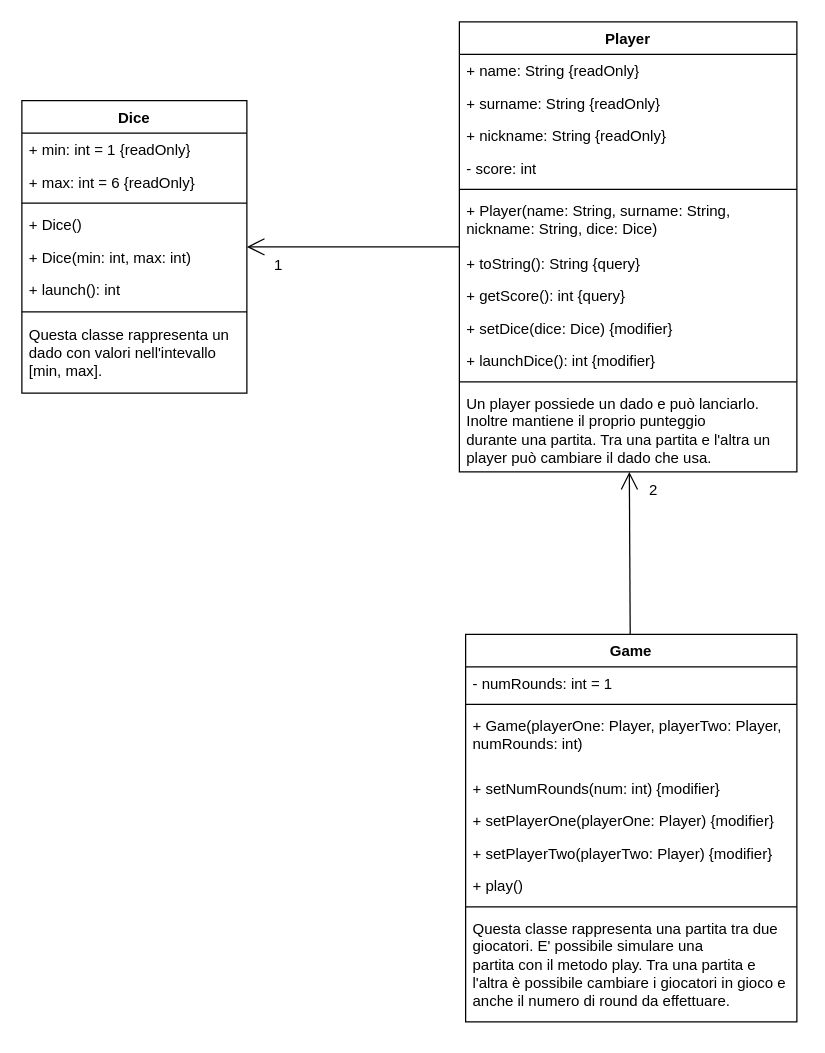
Above: diagrams/DiceGameDiagrams.drawio in doriath17/DiceGame (draw.io), before the change. Source tidied: cells renumbered, new cells numbered last; positions are measured from the earlier drawing's top-left corner, leaving out a move shared by most shapes. Both pictures are drawn from the tidied source at 125%, with x=0, y=0 at pixel (21, 21).
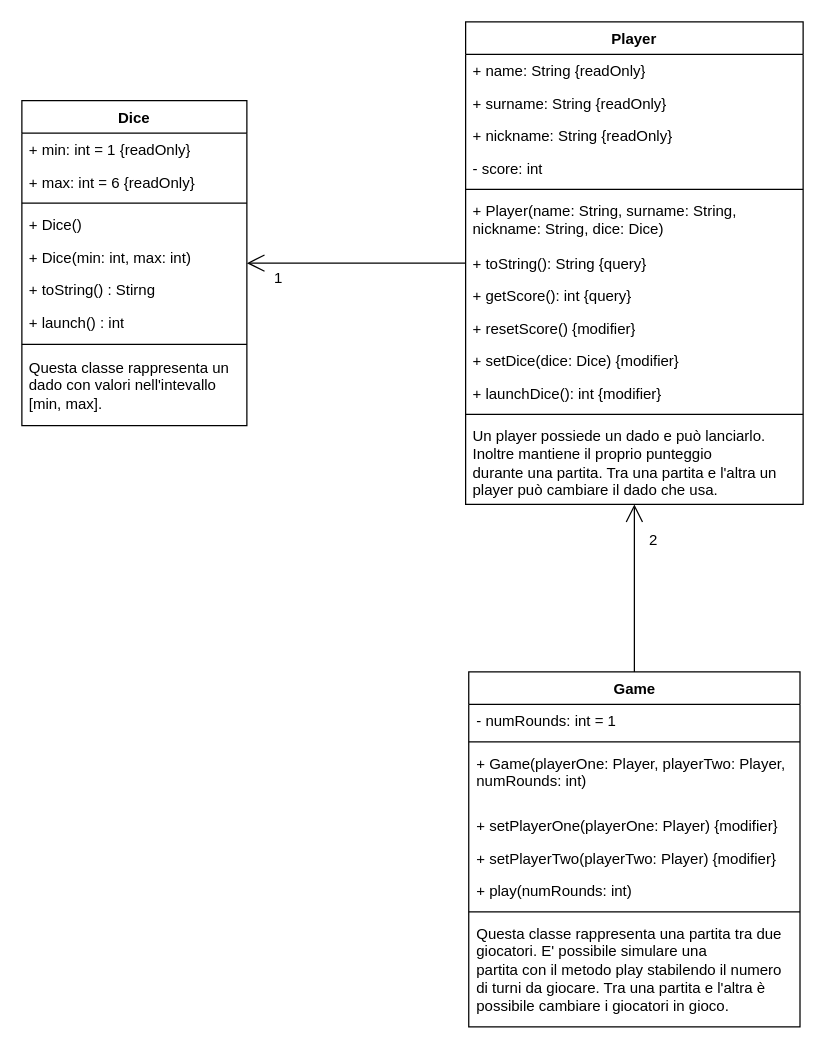
The same diagram, later.

What changed in the source:
```diff
@@
     <mxCell id="2" value="Dice" style="swimlane;fontStyle=1;align=center;verticalAlign=top;horizontal=1;startSize=26;whiteSpace=wrap;html=1;" parent="1" vertex="1">
-      <mxGeometry y="63" width="180" height="234" as="geometry" />
+      <mxGeometry y="63" width="180" height="260" as="geometry" />
     </mxCell>
@@
+    <mxCell id="38" value="+ toString() : Stirng" style="text;strokeColor=none;fillColor=none;align=left;verticalAlign=top;spacingLeft=4;spacingRight=4;overflow=hidden;whiteSpace=wrap;html=1;" parent="2" vertex="1">
+      <mxGeometry y="138" width="180" height="26" as="geometry" />
+    </mxCell>
-    <mxCell id="8" value="+ launch(): int" style="text;strokeColor=none;fillColor=none;align=left;verticalAlign=top;spacingLeft=4;spacingRight=4;overflow=hidden;whiteSpace=wrap;html=1;" parent="2" vertex="1">
-      <mxGeometry y="138" width="180" height="26" as="geometry" />
+    <mxCell id="8" value="+ launch() : int" style="text;strokeColor=none;fillColor=none;align=left;verticalAlign=top;spacingLeft=4;spacingRight=4;overflow=hidden;whiteSpace=wrap;html=1;" parent="2" vertex="1">
+      <mxGeometry y="164" width="180" height="26" as="geometry" />
     </mxCell>
     <mxCell id="9" style="line;strokeWidth=1;fillColor=none;align=left;verticalAlign=middle;spacingTop=-1;spacingLeft=3;spacingRight=3;labelPosition=right;strokeColor=inherit;" parent="2" vertex="1">
-      <mxGeometry y="164" width="180" height="10" as="geometry" />
+      <mxGeometry y="190" width="180" height="10" as="geometry" />
     </mxCell>
     <mxCell id="10" value="Questa classe rappresenta un dado con valori nell'intevallo&amp;nbsp;&lt;div&gt;[min, max].&amp;nbsp;&lt;/div&gt;" style="text;strokeColor=none;fillColor=none;align=left;verticalAlign=top;spacingLeft=4;spacingRight=4;overflow=hidden;whiteSpace=wrap;html=1;" parent="2" vertex="1">
-      <mxGeometry y="174" width="180" height="60" as="geometry" />
+      <mxGeometry y="200" width="180" height="60" as="geometry" />
     </mxCell>
     <mxCell id="11" value="Player" style="swimlane;fontStyle=1;align=center;verticalAlign=top;horizontal=1;startSize=26;whiteSpace=wrap;html=1;" parent="1" vertex="1">
-      <mxGeometry x="350" width="270" height="360" as="geometry" />
+      <mxGeometry x="355" width="270" height="386" as="geometry" />
     </mxCell>
@@
+    <mxCell id="39" value="+ resetScore() {modifier}" style="text;strokeColor=none;fillColor=none;align=left;verticalAlign=top;spacingLeft=4;spacingRight=4;overflow=hidden;whiteSpace=wrap;html=1;" parent="11" vertex="1">
+      <mxGeometry y="232" width="270" height="26" as="geometry" />
+    </mxCell>
     <mxCell id="20" value="+ setDice(dice: Dice) {modifier}" style="text;strokeColor=none;fillColor=none;align=left;verticalAlign=top;spacingLeft=4;spacingRight=4;overflow=hidden;whiteSpace=wrap;html=1;" parent="11" vertex="1">
-      <mxGeometry y="232" width="270" height="26" as="geometry" />
+      <mxGeometry y="258" width="270" height="26" as="geometry" />
     </mxCell>
     <mxCell id="21" value="+ launchDice(): int {modifier}" style="text;strokeColor=none;fillColor=none;align=left;verticalAlign=top;spacingLeft=4;spacingRight=4;overflow=hidden;whiteSpace=wrap;html=1;" parent="11" vertex="1">
-      <mxGeometry y="258" width="270" height="26" as="geometry" />
+      <mxGeometry y="284" width="270" height="26" as="geometry" />
     </mxCell>
     <mxCell id="22" style="line;strokeWidth=1;fillColor=none;align=left;verticalAlign=middle;spacingTop=-1;spacingLeft=3;spacingRight=3;labelPosition=right;strokeColor=inherit;" parent="11" vertex="1">
-      <mxGeometry y="284" width="270" height="8" as="geometry" />
+      <mxGeometry y="310" width="270" height="8" as="geometry" />
     </mxCell>
     <mxCell id="23" value="Un player possiede un dado e può lanciarlo.&lt;div&gt;Inoltre mantiene il proprio punteggio&amp;nbsp;&lt;/div&gt;&lt;div&gt;durante una partita. Tra una partita e l'altra un player può cambiare il dado che usa.&lt;/div&gt;" style="text;strokeColor=none;fillColor=none;align=left;verticalAlign=top;spacingLeft=4;spacingRight=4;overflow=hidden;whiteSpace=wrap;html=1;" parent="11" vertex="1">
-      <mxGeometry y="292" width="270" height="68" as="geometry" />
+      <mxGeometry y="318" width="270" height="68" as="geometry" />
     </mxCell>
     <mxCell id="24" value="Game" style="swimlane;fontStyle=1;align=center;verticalAlign=top;horizontal=1;startSize=26;whiteSpace=wrap;html=1;" parent="1" vertex="1">
-      <mxGeometry x="355" y="490" width="265" height="310" as="geometry" />
+      <mxGeometry x="357.5" y="520" width="265" height="284" as="geometry" />
     </mxCell>
@@
-    <mxCell id="28" value="+ setNumRounds(num: int) {modifier}" style="text;strokeColor=none;fillColor=none;align=left;verticalAlign=top;spacingLeft=4;spacingRight=4;overflow=hidden;whiteSpace=wrap;html=1;" parent="24" vertex="1">
-      <mxGeometry y="110" width="265" height="26" as="geometry" />
-    </mxCell>
     <mxCell id="29" value="+ setPlayerOne(playerOne: Player) {modifier}" style="text;strokeColor=none;fillColor=none;align=left;verticalAlign=top;spacingLeft=4;spacingRight=4;overflow=hidden;whiteSpace=wrap;html=1;" parent="24" vertex="1">
-      <mxGeometry y="136" width="265" height="26" as="geometry" />
+      <mxGeometry y="110" width="265" height="26" as="geometry" />
     </mxCell>
     <mxCell id="30" value="+ setPlayerTwo(playerTwo: Player) {modifier}" style="text;strokeColor=none;fillColor=none;align=left;verticalAlign=top;spacingLeft=4;spacingRight=4;overflow=hidden;whiteSpace=wrap;html=1;" parent="24" vertex="1">
-      <mxGeometry y="162" width="265" height="26" as="geometry" />
+      <mxGeometry y="136" width="265" height="26" as="geometry" />
     </mxCell>
-    <mxCell id="31" value="+ play()" style="text;strokeColor=none;fillColor=none;align=left;verticalAlign=top;spacingLeft=4;spacingRight=4;overflow=hidden;whiteSpace=wrap;html=1;" parent="24" vertex="1">
-      <mxGeometry y="188" width="265" height="26" as="geometry" />
+    <mxCell id="31" value="+ play(numRounds: int)" style="text;strokeColor=none;fillColor=none;align=left;verticalAlign=top;spacingLeft=4;spacingRight=4;overflow=hidden;whiteSpace=wrap;html=1;" parent="24" vertex="1">
+      <mxGeometry y="162" width="265" height="26" as="geometry" />
     </mxCell>
     <mxCell id="32" style="line;strokeWidth=1;fillColor=none;align=left;verticalAlign=middle;spacingTop=-1;spacingLeft=3;spacingRight=3;labelPosition=right;strokeColor=inherit;" parent="24" vertex="1">
-      <mxGeometry y="214" width="265" height="8" as="geometry" />
+      <mxGeometry y="188" width="265" height="8" as="geometry" />
     </mxCell>
-    <mxCell id="33" value="Questa classe rappresenta una partita tra due&amp;nbsp;&lt;div&gt;giocatori. E' possibile simulare una&amp;nbsp;&lt;/div&gt;&lt;div&gt;partita con il metodo play. Tra una partita e l'altra è possibile cambiare i giocatori in gioco e anche il numero di round da effettuare.&lt;/div&gt;" style="text;strokeColor=none;fillColor=none;align=left;verticalAlign=top;spacingLeft=4;spacingRight=4;overflow=hidden;whiteSpace=wrap;html=1;" parent="24" vertex="1">
-      <mxGeometry y="222" width="265" height="88" as="geometry" />
+    <mxCell id="33" value="Questa classe rappresenta una partita tra due&amp;nbsp;&lt;div&gt;giocatori. E' possibile simulare una&amp;nbsp;&lt;/div&gt;&lt;div&gt;partita con il metodo play stabilendo il numero di turni da giocare. Tra una partita e l'altra è possibile cambiare i giocatori in gioco.&lt;/div&gt;" style="text;strokeColor=none;fillColor=none;align=left;verticalAlign=top;spacingLeft=4;spacingRight=4;overflow=hidden;whiteSpace=wrap;html=1;" parent="24" vertex="1">
+      <mxGeometry y="196" width="265" height="88" as="geometry" />
     </mxCell>
@@
     <mxCell id="35" value="1" style="text;html=1;align=center;verticalAlign=middle;strokeColor=none;fillColor=none;" parent="1" vertex="1">
-      <mxGeometry x="190" y="180" width="30" height="30" as="geometry" />
+      <mxGeometry x="190" y="190" width="30" height="30" as="geometry" />
     </mxCell>
@@
     <mxCell id="37" value="2" style="text;html=1;align=center;verticalAlign=middle;strokeColor=none;fillColor=none;" parent="1" vertex="1">
-      <mxGeometry x="490" y="360" width="30" height="30" as="geometry" />
+      <mxGeometry x="490" y="400" width="30" height="30" as="geometry" />
     </mxCell>
```
